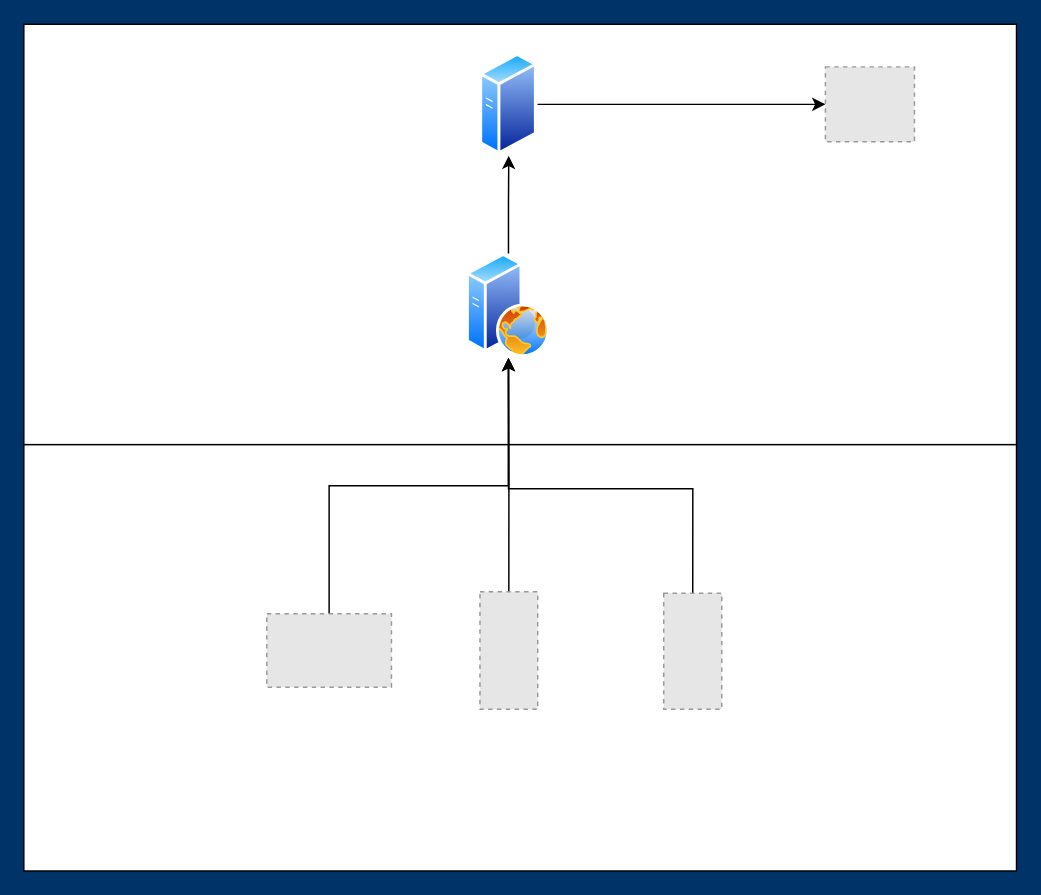
This is Untitled Diagram.drawio from Foward-Fu/Demo, a draw.io file, before an edit. Source tidied: cells renumbered, new cells numbered last; positions are measured from the earlier drawing's top-left corner, leaving out a move shared by most shapes. Both pictures are drawn from the tidied source at 147%, with x=0, y=0 at pixel (24, 24). Pictures stored in the file or linked from it are replaced by grey dashed boxes.
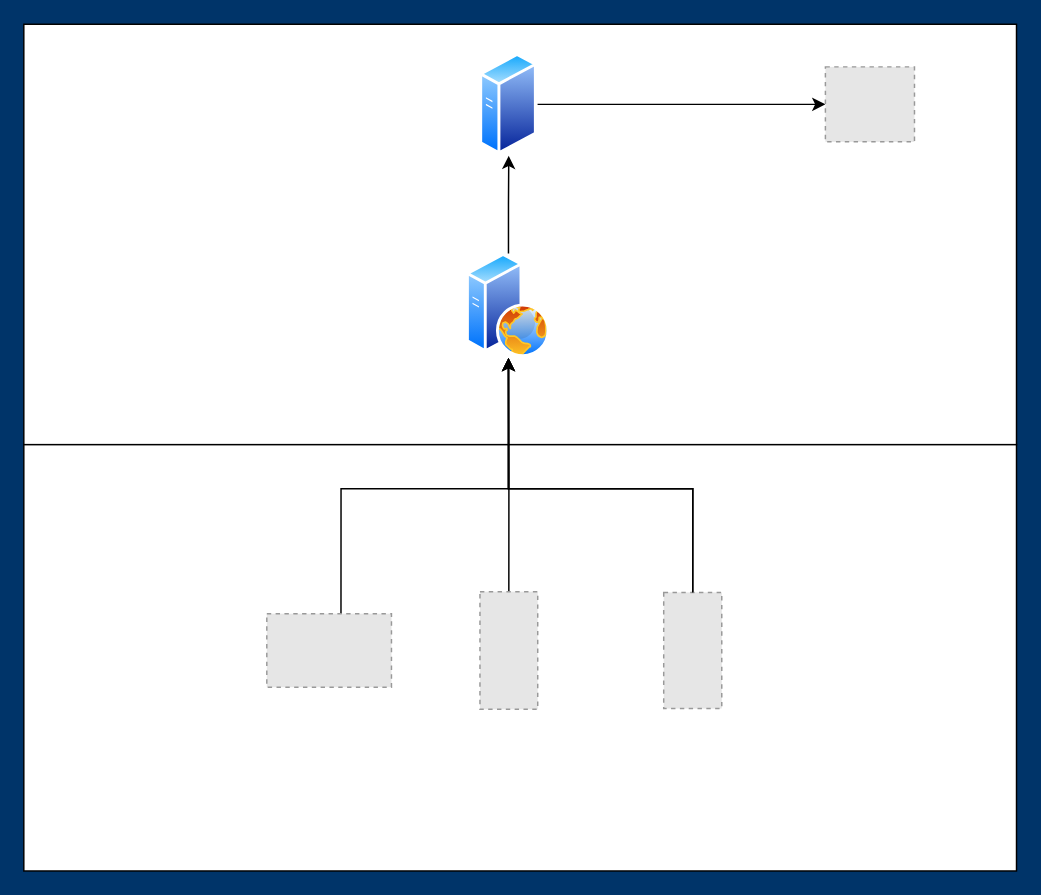
After the change.

Unchanged cells that the change refers to:
```xml
<mxCell id="4" style="perimeter=ellipsePerimeter;html=1;align=center;shadow=0;dashed=0;spacingTop=3;image;image=img/lib/active_directory/web_server.svg;" parent="1" vertex="1">
  <mxGeometry x="301" y="156" width="56.8" height="71" as="geometry" />
</mxCell>
<mxCell id="10" style="fillColor=#E6E6E6;strokeColor=#999999;dashed=1;verticalLabelPosition=bottom;labelBackgroundColor=#ffffff;verticalAlign=top;" parent="1" vertex="1">
  <mxGeometry x="165" y="401" width="84.8" height="50" as="geometry" />
</mxCell>
```

Diff of the diagram source:
```diff
@@
-    <mxCell id="9" style="edgeStyle=orthogonalEdgeStyle;rounded=0;jettySize=auto;html=1;exitX=0.5;exitY=0;exitDx=0;exitDy=0;entryX=0.5;entryY=1;entryDx=0;entryDy=0;" parent="1" edge="1" source="10" target="4">
-      <mxGeometry relative="1" as="geometry" />
+    <mxCell id="9" style="edgeStyle=orthogonalEdgeStyle;rounded=0;jettySize=auto;html=1;exitX=0.595;exitY=0.02;exitDx=0;exitDy=0;entryX=0.5;entryY=1;entryDx=0;entryDy=0;exitPerimeter=0;" parent="1" edge="1" source="10" target="4">
+      <mxGeometry relative="1" as="geometry">
+        <Array as="points">
+          <mxPoint x="216" y="316" />
+          <mxPoint x="329" y="316" />
+        </Array>
+      </mxGeometry>
     </mxCell>
@@
-    <mxCell id="13" style="edgeStyle=orthogonalEdgeStyle;rounded=0;jettySize=auto;html=1;exitX=0.5;exitY=0;exitDx=0;exitDy=0;entryX=0.5;entryY=1;entryDx=0;entryDy=0;" parent="1" edge="1" source="14" target="4">
-      <mxGeometry relative="1" as="geometry">
-        <Array as="points">
-          <mxPoint x="455" y="316" />
-          <mxPoint x="329" y="316" />
-        </Array>
-      </mxGeometry>
-    </mxCell>
+    <mxCell id="15" style="edgeStyle=orthogonalEdgeStyle;rounded=0;jettySize=auto;html=1;exitX=0.5;exitY=0;exitDx=0;exitDy=0;entryX=0.5;entryY=1;entryDx=0;entryDy=0;" parent="1" edge="1" source="14" target="4">
+      <mxGeometry relative="1" as="geometry">
+        <Array as="points">
+          <mxPoint x="455" y="316" />
+          <mxPoint x="329" y="316" />
+        </Array>
+      </mxGeometry>
+    </mxCell>
     <mxCell id="14" style="fillColor=#E6E6E6;strokeColor=#999999;dashed=1;verticalLabelPosition=bottom;labelBackgroundColor=#ffffff;verticalAlign=top;" parent="1" vertex="1">
-      <mxGeometry x="435" y="387" width="39.5" height="79" as="geometry" />
+      <mxGeometry x="435" y="386.5" width="39.5" height="79" as="geometry" />
     </mxCell>
+    <mxCell id="16" style="edgeStyle=orthogonalEdgeStyle;rounded=0;jettySize=auto;html=1;exitX=0.5;exitY=0;exitDx=0;exitDy=0;entryX=0.5;entryY=1;entryDx=0;entryDy=0;" parent="1" edge="1" source="14" target="4">
+      <mxGeometry relative="1" as="geometry">
+        <Array as="points">
+          <mxPoint x="455" y="316" />
+          <mxPoint x="329" y="316" />
+        </Array>
+      </mxGeometry>
+    </mxCell>
```
